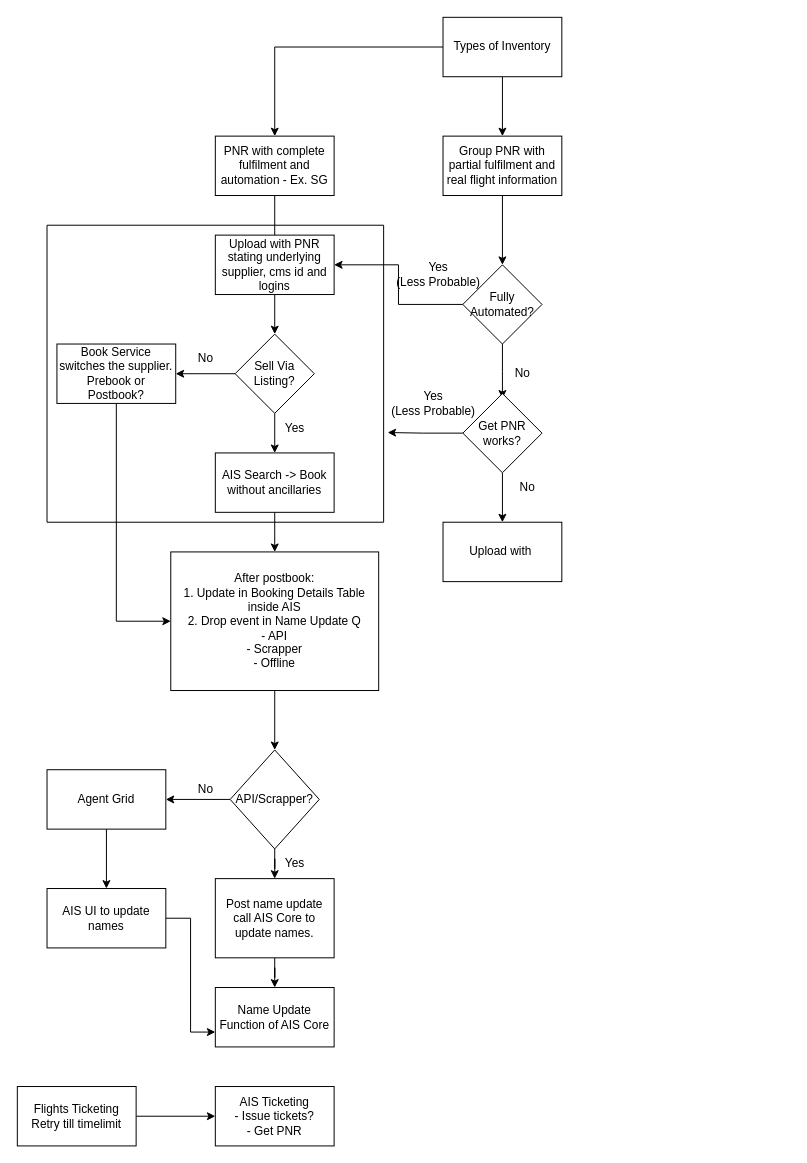
Before: Untitled Diagram.drawio in ravi-jain/system-design, a draw.io diagram. Source tidied: cells renumbered, new cells numbered last; positions are measured from the earlier drawing's top-left corner, leaving out a move shared by most shapes. Both pictures are drawn from the tidied source at 99%, with x=0, y=0 at pixel (17, 17).
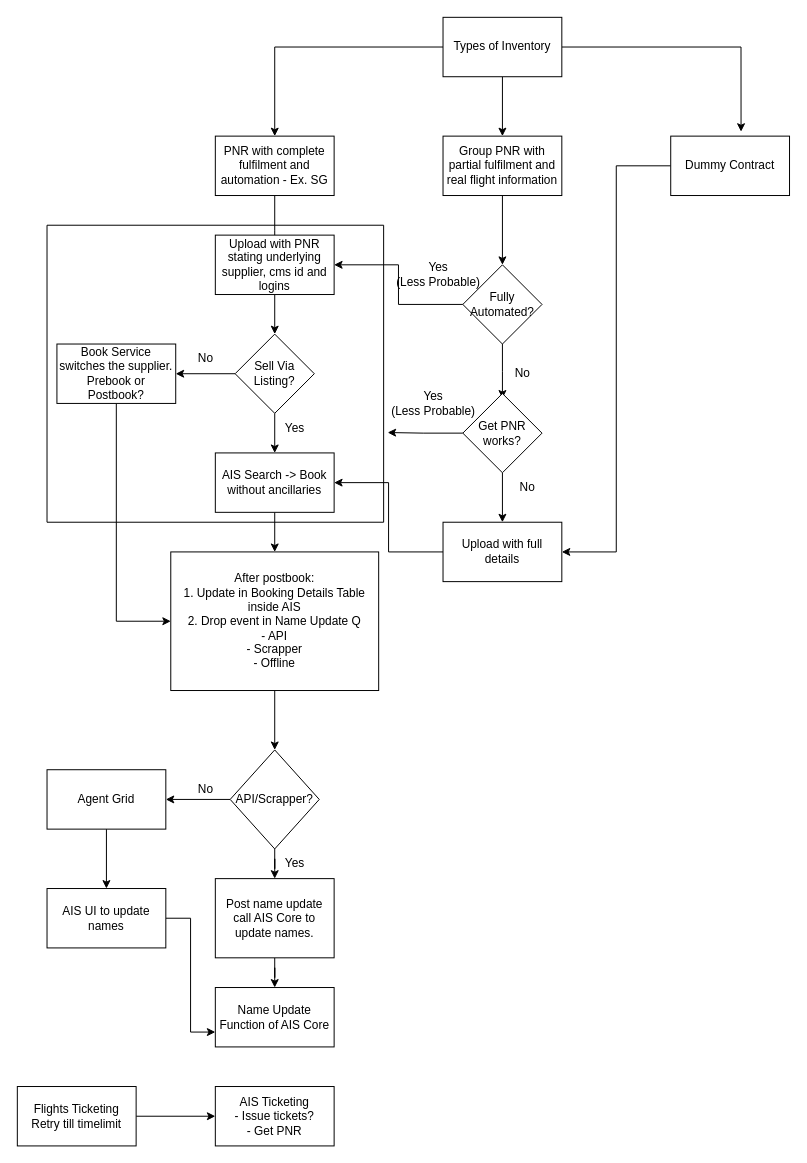
The same diagram, later.

Unchanged cells that the change refers to:
```xml
<mxCell id="4" value="Types of Inventory" style="rounded=0;whiteSpace=wrap;html=1;" parent="1" vertex="1">
  <mxGeometry x="430" width="120" height="60" as="geometry" />
</mxCell>
<mxCell id="13" value="AIS Search -&amp;gt; Book without ancillaries" style="whiteSpace=wrap;html=1;rounded=0;" parent="1" vertex="1">
  <mxGeometry x="200" y="440" width="120" height="60" as="geometry" />
</mxCell>
```

Change to the diagram source:
```diff
@@
+    <mxCell id="49" style="edgeStyle=orthogonalEdgeStyle;rounded=0;jettySize=auto;html=1;entryX=0.592;entryY=-0.075;entryDx=0;entryDy=0;entryPerimeter=0;" parent="1" edge="1" source="4" target="52">
+      <mxGeometry relative="1" as="geometry" />
+    </mxCell>
@@
+    <mxCell id="50" style="edgeStyle=orthogonalEdgeStyle;rounded=0;jettySize=auto;html=1;entryX=1;entryY=0.5;entryDx=0;entryDy=0;" parent="1" edge="1" source="47" target="13">
+      <mxGeometry relative="1" as="geometry" />
+    </mxCell>
-    <mxCell id="47" value="Upload with&amp;nbsp;" style="whiteSpace=wrap;html=1;" parent="1" vertex="1">
+    <mxCell id="47" value="Upload with full details" style="whiteSpace=wrap;html=1;" parent="1" vertex="1">
       <mxGeometry x="430" y="510" width="120" height="60" as="geometry" />
     </mxCell>
@@
+    <mxCell id="51" style="edgeStyle=orthogonalEdgeStyle;rounded=0;jettySize=auto;html=1;entryX=1;entryY=0.5;entryDx=0;entryDy=0;" parent="1" edge="1" source="52" target="47">
+      <mxGeometry relative="1" as="geometry" />
+    </mxCell>
+    <mxCell id="52" value="Dummy Contract" style="rounded=0;whiteSpace=wrap;html=1;" parent="1" vertex="1">
+      <mxGeometry x="660" y="120" width="120" height="60" as="geometry" />
+    </mxCell>
```
